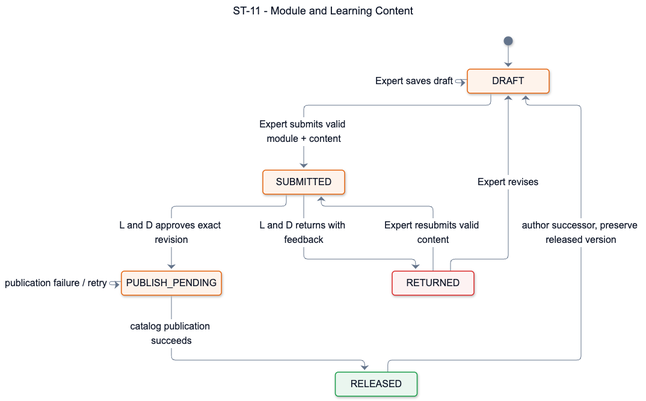
This is documents/diagrams/mermaid/st-11.png from SEP490-Fall-2026-GFA26SE64/SEP490, a Mermaid export, as it was before one commit. Its source is kept beside it as documents/diagrams/mermaid/st-11.mmd.
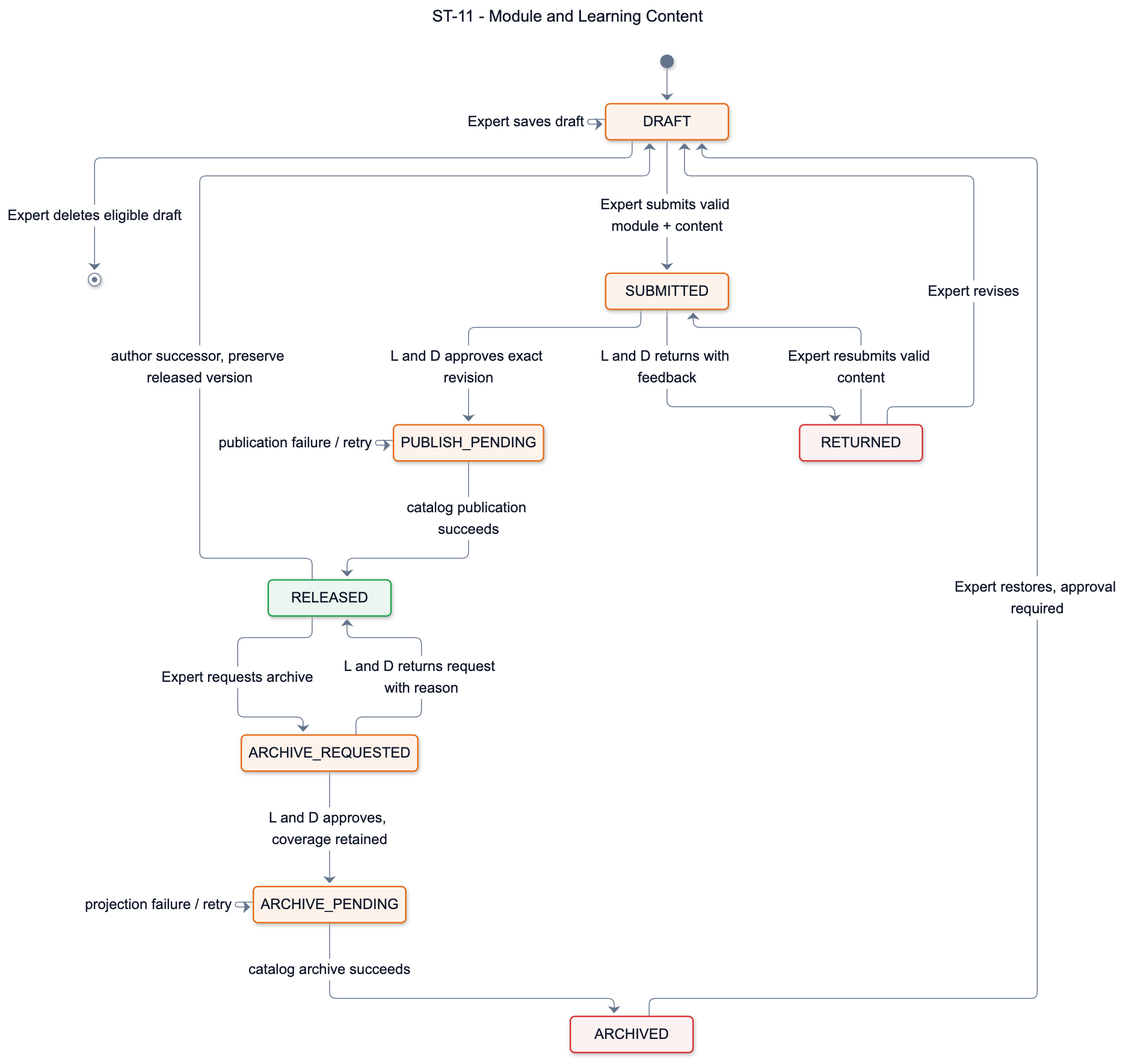
The same file after the commit.

What changed in the source:
```diff
@@ -8,6 +8,9 @@
   state "RETURNED" as SDD_ST_11_Returned
   state "PUBLISH_PENDING" as SDD_ST_11_PublishPending
   state "RELEASED" as SDD_ST_11_Released
+  state "ARCHIVE_REQUESTED" as SDD_ST_11_ArchiveRequested
+  state "ARCHIVE_PENDING" as SDD_ST_11_ArchivePending
+  state "ARCHIVED" as SDD_ST_11_Archived
   [*] --> SDD_ST_11_Draft
   SDD_ST_11_Draft --> SDD_ST_11_Draft : Expert saves draft
   SDD_ST_11_Draft --> SDD_ST_11_Submitted : Expert submits valid module + content
@@ -19,9 +22,17 @@
   SDD_ST_11_PublishPending --> SDD_ST_11_Released : catalog publication succeeds
   SDD_ST_11_Released --> SDD_ST_11_Draft : author successor, preserve released version
 
+  SDD_ST_11_Draft --> [*] : Expert deletes eligible draft
+  SDD_ST_11_Released --> SDD_ST_11_ArchiveRequested : Expert requests archive
+  SDD_ST_11_ArchiveRequested --> SDD_ST_11_Released : L and D returns request with reason
+  SDD_ST_11_ArchiveRequested --> SDD_ST_11_ArchivePending : L and D approves, coverage retained
+  SDD_ST_11_ArchivePending --> SDD_ST_11_ArchivePending : projection failure / retry
+  SDD_ST_11_ArchivePending --> SDD_ST_11_Archived : catalog archive succeeds
+  SDD_ST_11_Archived --> SDD_ST_11_Draft : Expert restores, approval required
+
   classDef working fill:#fef3eb,stroke:#e6650f,color:#0f1729,stroke-width:1.5px
   classDef accepted fill:#eaf6ef,stroke:#1a9e4a,color:#0f1729,stroke-width:1.5px
   classDef attention fill:#fdf2f2,stroke:#dc2828,color:#0f1729,stroke-width:1.5px
-  class SDD_ST_11_Draft,SDD_ST_11_Submitted,SDD_ST_11_PublishPending working
-  class SDD_ST_11_Returned attention
+  class SDD_ST_11_Draft,SDD_ST_11_Submitted,SDD_ST_11_PublishPending,SDD_ST_11_ArchiveRequested,SDD_ST_11_ArchivePending working
+  class SDD_ST_11_Returned,SDD_ST_11_Archived attention
   class SDD_ST_11_Released accepted
```
